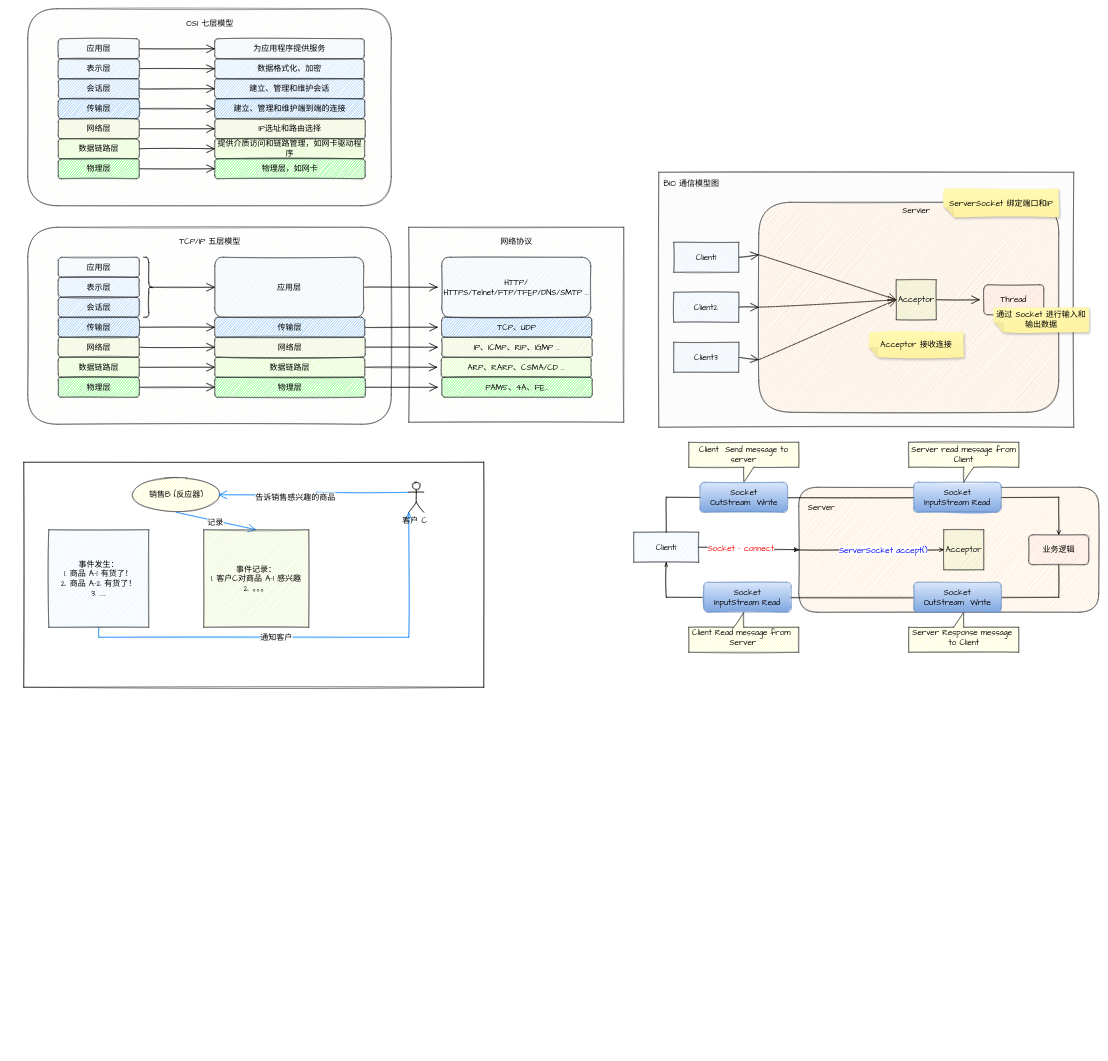
Before: learn/TCP/IP 网络通信.drawio in Leo-Lee-j/sketch, a draw.io diagram. Source tidied: cells renumbered, new cells numbered last; positions are measured from the earlier drawing's top-left corner, leaving out a move shared by most shapes. Both pictures are drawn from the tidied source at 50%, with x=0, y=0 at pixel (24, 8).
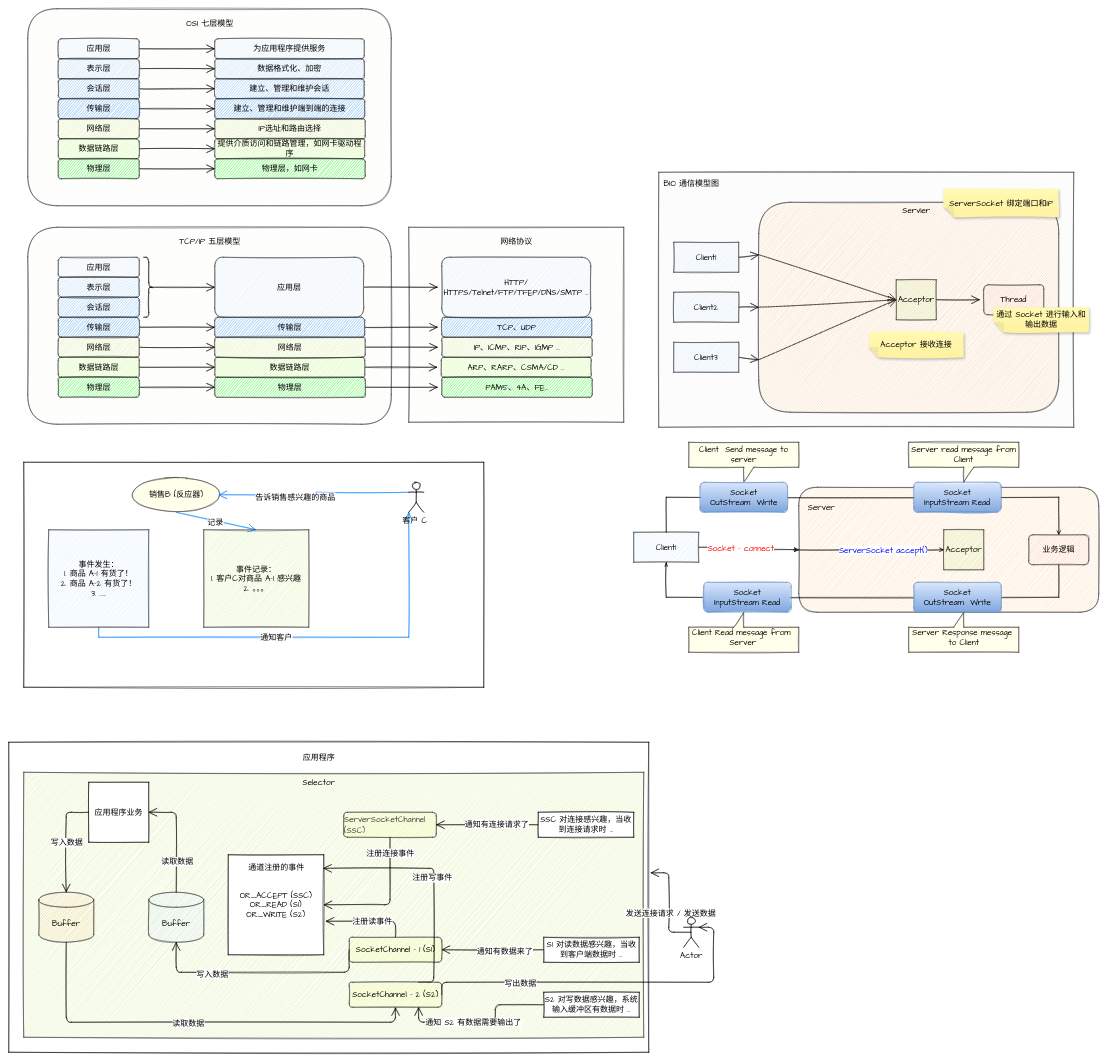
After the change.

Commit message:
更新IP 网络通信.drawio

Change to the diagram source:
```diff
@@
+    <mxCell id="108" style="rounded=0;whiteSpace=wrap;html=1;sketch=1;hachureGap=4;fontFamily=Comic Sans MS;fontSize=16;strokeColor=#000000;" parent="1" vertex="1">
+      <mxGeometry x="-30" y="1467" width="1280" height="620" as="geometry" />
+    </mxCell>
@@
-    <mxCell id="97" style="rounded=0;whiteSpace=wrap;html=1;sketch=1;hachureGap=4;fontFamily=Architects Daughter;fontSize=16;" parent="1" vertex="1">
+    <mxCell id="97" style="rounded=0;whiteSpace=wrap;html=1;sketch=1;hachureGap=4;fontFamily=Comic Sans MS;fontSize=16;" parent="1" vertex="1">
       <mxGeometry y="907" width="920" height="450" as="geometry" />
     </mxCell>
-    <mxCell id="98" style="edgeStyle=orthogonalEdgeStyle;rounded=0;sketch=1;hachureGap=4;jettySize=auto;html=1;exitX=0.5;exitY=1;exitDx=0;exitDy=0;entryX=0;entryY=1;entryDx=0;entryDy=0;entryPerimeter=0;fontFamily=Architects Daughter;fontSize=16;endArrow=open;startSize=14;endSize=14;sourcePerimeterSpacing=8;targetPerimeterSpacing=8;fillColor=#cdeb8b;strokeColor=#007FFF;" parent="1" edge="1" source="100" target="107">
+    <mxCell id="98" style="edgeStyle=orthogonalEdgeStyle;rounded=0;sketch=1;hachureGap=4;jettySize=auto;html=1;exitX=0.5;exitY=1;exitDx=0;exitDy=0;entryX=0;entryY=1;entryDx=0;entryDy=0;entryPerimeter=0;fontFamily=Comic Sans MS;fontSize=16;endArrow=open;startSize=14;endSize=14;sourcePerimeterSpacing=8;targetPerimeterSpacing=8;fillColor=#cdeb8b;strokeColor=#007FFF;" parent="1" edge="1" source="100" target="107">
       <mxGeometry relative="1" as="geometry" />
     </mxCell>
-    <mxCell id="99" value="通知客户" style="edgeLabel;html=1;align=center;verticalAlign=middle;fontSize=16;fontFamily=Architects Daughter;" parent="98" vertex="1">
+    <mxCell id="99" value="通知客户" style="edgeLabel;html=1;align=center;verticalAlign=middle;fontSize=16;fontFamily=Comic Sans MS;" parent="98" vertex="1">
       <mxGeometry x="-0.16" y="1" relative="1" as="geometry" />
     </mxCell>
-    <mxCell id="100" value="事件发生：&lt;br&gt;1. 商品 A-1 有货了！&lt;br&gt;2. 商品 A-2 有货了！&lt;br&gt;3. ......" style="rounded=0;whiteSpace=wrap;html=1;sketch=1;hachureGap=4;fontFamily=Architects Daughter;fontSize=16;fillColor=#cce5ff;strokeColor=#36393d;" parent="1" vertex="1">
+    <mxCell id="100" value="事件发生：&lt;br&gt;1. 商品 A-1 有货了！&lt;br&gt;2. 商品 A-2 有货了！&lt;br&gt;3. ......" style="rounded=0;whiteSpace=wrap;html=1;sketch=1;hachureGap=4;fontFamily=Comic Sans MS;fontSize=16;fillColor=#cce5ff;strokeColor=#36393d;" parent="1" vertex="1">
       <mxGeometry x="50" y="1042" width="200" height="195" as="geometry" />
     </mxCell>
-    <mxCell id="101" style="rounded=0;sketch=1;hachureGap=4;jettySize=auto;html=1;exitX=0.5;exitY=1;exitDx=0;exitDy=0;entryX=0.5;entryY=0;entryDx=0;entryDy=0;fontFamily=Architects Daughter;fontSize=16;endArrow=open;startSize=14;endSize=14;sourcePerimeterSpacing=8;targetPerimeterSpacing=8;strokeColor=#007FFF;" parent="1" edge="1" source="103" target="104">
+    <mxCell id="101" style="rounded=0;sketch=1;hachureGap=4;jettySize=auto;html=1;exitX=0.5;exitY=1;exitDx=0;exitDy=0;entryX=0.5;entryY=0;entryDx=0;entryDy=0;fontFamily=Comic Sans MS;fontSize=16;endArrow=open;startSize=14;endSize=14;sourcePerimeterSpacing=8;targetPerimeterSpacing=8;strokeColor=#007FFF;" parent="1" edge="1" source="103" target="104">
       <mxGeometry relative="1" as="geometry" />
     </mxCell>
-    <mxCell id="102" value="记录" style="edgeLabel;html=1;align=center;verticalAlign=middle;fontSize=16;fontFamily=Architects Daughter;" parent="101" vertex="1">
+    <mxCell id="102" value="记录" style="edgeLabel;html=1;align=center;verticalAlign=middle;fontSize=16;fontFamily=Comic Sans MS;" parent="101" vertex="1">
       <mxGeometry x="-0.57" relative="1" as="geometry">
         <mxPoint x="43" y="12" as="offset" />
       </mxGeometry>
     </mxCell>
-    <mxCell id="103" value="销售B (反应器)" style="ellipse;whiteSpace=wrap;html=1;sketch=1;hachureGap=4;fontFamily=Architects Daughter;fontSize=16;fillColor=#ffff88;strokeColor=#36393d;" parent="1" vertex="1">
+    <mxCell id="103" value="销售B (反应器)" style="ellipse;whiteSpace=wrap;html=1;sketch=1;hachureGap=4;fontFamily=Comic Sans MS;fontSize=16;fillColor=#ffff88;strokeColor=#36393d;" parent="1" vertex="1">
       <mxGeometry x="220" y="937" width="170" height="70" as="geometry" />
     </mxCell>
-    <mxCell id="104" value="事件记录：&lt;br&gt;1. 客户C对商品 A-1 感兴趣&lt;br&gt;2. 。。。" style="rounded=0;whiteSpace=wrap;html=1;sketch=1;hachureGap=4;fontFamily=Architects Daughter;fontSize=16;fillColor=#cdeb8b;strokeColor=#36393d;" parent="1" vertex="1">
+    <mxCell id="104" value="事件记录：&lt;br&gt;1. 客户C对商品 A-1 感兴趣&lt;br&gt;2. 。。。" style="rounded=0;whiteSpace=wrap;html=1;sketch=1;hachureGap=4;fontFamily=Comic Sans MS;fontSize=16;fillColor=#cdeb8b;strokeColor=#36393d;" parent="1" vertex="1">
       <mxGeometry x="360" y="1042" width="210" height="195" as="geometry" />
     </mxCell>
-    <mxCell id="105" style="edgeStyle=orthogonalEdgeStyle;rounded=0;sketch=1;hachureGap=4;jettySize=auto;html=1;exitX=0;exitY=0.3333333333333333;exitDx=0;exitDy=0;exitPerimeter=0;entryX=1;entryY=0.5;entryDx=0;entryDy=0;fontFamily=Architects Daughter;fontSize=16;endArrow=open;startSize=14;endSize=14;sourcePerimeterSpacing=8;targetPerimeterSpacing=8;strokeColor=#007FFF;" parent="1" edge="1" source="107" target="103">
+    <mxCell id="105" style="edgeStyle=orthogonalEdgeStyle;rounded=0;sketch=1;hachureGap=4;jettySize=auto;html=1;exitX=0;exitY=0.3333333333333333;exitDx=0;exitDy=0;exitPerimeter=0;entryX=1;entryY=0.5;entryDx=0;entryDy=0;fontFamily=Comic Sans MS;fontSize=16;endArrow=open;startSize=14;endSize=14;sourcePerimeterSpacing=8;targetPerimeterSpacing=8;strokeColor=#007FFF;" parent="1" edge="1" source="107" target="103">
       <mxGeometry relative="1" as="geometry" />
     </mxCell>
-    <mxCell id="106" value="告诉销售感兴趣的商品" style="edgeLabel;html=1;align=center;verticalAlign=middle;fontSize=16;fontFamily=Architects Daughter;" parent="105" vertex="1">
+    <mxCell id="106" value="告诉销售感兴趣的商品" style="edgeLabel;html=1;align=center;verticalAlign=middle;fontSize=16;fontFamily=Comic Sans MS;" parent="105" vertex="1">
       <mxGeometry x="0.21" y="4" relative="1" as="geometry" />
     </mxCell>
-    <mxCell id="107" value="客户 C&amp;nbsp;" style="shape=umlActor;verticalLabelPosition=bottom;verticalAlign=top;html=1;outlineConnect=0;sketch=1;hachureGap=4;fontFamily=Architects Daughter;fontSize=16;" parent="1" vertex="1">
+    <mxCell id="107" value="客户 C&amp;nbsp;" style="shape=umlActor;verticalLabelPosition=bottom;verticalAlign=top;html=1;outlineConnect=0;sketch=1;hachureGap=4;fontFamily=Comic Sans MS;fontSize=16;" parent="1" vertex="1">
       <mxGeometry x="770" y="947" width="30" height="60" as="geometry" />
     </mxCell>
+    <mxCell id="109" style="rounded=0;whiteSpace=wrap;html=1;sketch=1;hachureGap=4;fontFamily=Comic Sans MS;fontSize=16;strokeColor=#36393d;fillColor=#cdeb8b;" parent="1" vertex="1">
+      <mxGeometry y="1527" width="1240" height="530" as="geometry" />
+    </mxCell>
+    <mxCell id="110" value="OR_ACCEPT (SSC)&lt;br&gt;OR_READ (S1)&lt;br&gt;OR_WRITE (S2)" style="rounded=0;whiteSpace=wrap;html=1;sketch=1;hachureGap=4;fontFamily=Comic Sans MS;fontSize=16;" parent="1" vertex="1">
+      <mxGeometry x="409" y="1692" width="191" height="200" as="geometry" />
+    </mxCell>
+    <mxCell id="111" style="edgeStyle=orthogonalEdgeStyle;rounded=1;sketch=1;hachureGap=4;jettySize=auto;html=1;exitX=0.5;exitY=1;exitDx=0;exitDy=0;entryX=1;entryY=0.5;entryDx=0;entryDy=0;fontFamily=Comic Sans MS;fontSize=16;endArrow=open;startSize=14;endSize=14;sourcePerimeterSpacing=8;targetPerimeterSpacing=8;strokeColor=#000000;" parent="1" edge="1" source="113" target="110">
+      <mxGeometry relative="1" as="geometry" />
+    </mxCell>
+    <mxCell id="112" value="注册连接事件" style="edgeLabel;html=1;align=center;verticalAlign=middle;fontSize=16;fontFamily=Comic Sans MS;" parent="111" vertex="1">
+      <mxGeometry x="-0.77" relative="1" as="geometry" />
+    </mxCell>
+    <mxCell id="113" value="&lt;div class=&quot;highlighter-pre&quot; style=&quot;box-sizing: border-box; padding: 0px; margin-top: 0px; margin-bottom: 0px; line-height: 1.42857; word-break: break-all; overflow-wrap: normal; color: rgb(56, 58, 66); background-image: initial; background-position: initial; background-size: initial; background-repeat: initial; background-attachment: initial; background-origin: initial; background-clip: initial; border: none; border-radius: 0px; overflow-x: auto; text-align: start;&quot;&gt;&lt;font style=&quot;font-size: 16px;&quot;&gt;ServerSocketChannel (SSC)&lt;/font&gt;&lt;/div&gt;" style="rounded=1;whiteSpace=wrap;html=1;sketch=1;hachureGap=4;fontFamily=Comic Sans MS;fontSize=16;strokeColor=#36393d;fillColor=#ffff88;" parent="1" vertex="1">
+      <mxGeometry x="640" y="1607" width="185" height="50" as="geometry" />
+    </mxCell>
+    <mxCell id="114" style="edgeStyle=orthogonalEdgeStyle;rounded=1;sketch=1;hachureGap=4;jettySize=auto;html=1;exitX=0;exitY=0.5;exitDx=0;exitDy=0;entryX=0.5;entryY=0;entryDx=0;entryDy=0;entryPerimeter=0;fontFamily=Comic Sans MS;fontSize=16;endArrow=open;startSize=14;endSize=14;sourcePerimeterSpacing=8;targetPerimeterSpacing=8;strokeColor=#000000;" parent="1" edge="1" source="116" target="119">
+      <mxGeometry relative="1" as="geometry" />
+    </mxCell>
+    <mxCell id="115" value="写入数据" style="edgeLabel;html=1;align=center;verticalAlign=middle;fontSize=16;fontFamily=Comic Sans MS;" parent="114" vertex="1">
+      <mxGeometry x="0.03" relative="1" as="geometry">
+        <mxPoint y="-1" as="offset" />
+      </mxGeometry>
+    </mxCell>
+    <mxCell id="116" value="应用程序业务" style="whiteSpace=wrap;html=1;sketch=1;hachureGap=4;fontFamily=Comic Sans MS;fontSize=16;strokeColor=#000000;" parent="1" vertex="1">
+      <mxGeometry x="130" y="1547" width="120" height="120" as="geometry" />
+    </mxCell>
+    <mxCell id="117" style="edgeStyle=orthogonalEdgeStyle;rounded=1;sketch=1;hachureGap=4;jettySize=auto;html=1;exitX=0.5;exitY=1;exitDx=0;exitDy=0;exitPerimeter=0;entryX=0.5;entryY=1;entryDx=0;entryDy=0;fontFamily=Comic Sans MS;fontSize=16;endArrow=open;startSize=14;endSize=14;sourcePerimeterSpacing=8;targetPerimeterSpacing=8;strokeColor=#000000;" parent="1" edge="1" source="119" target="135">
+      <mxGeometry relative="1" as="geometry" />
+    </mxCell>
+    <mxCell id="118" value="读取数据" style="edgeLabel;html=1;align=center;verticalAlign=middle;fontSize=16;fontFamily=Comic Sans MS;" parent="117" vertex="1">
+      <mxGeometry x="-0.05" y="-2" relative="1" as="geometry" />
+    </mxCell>
+    <mxCell id="119" value="Buffer" style="shape=cylinder3;whiteSpace=wrap;html=1;boundedLbl=1;backgroundOutline=1;size=15;sketch=1;hachureGap=4;fontFamily=Comic Sans MS;fontSize=16;strokeColor=#36393d;fillColor=#ffcc99;" parent="1" vertex="1">
+      <mxGeometry x="30" y="1767" width="110" height="100" as="geometry" />
+    </mxCell>
+    <mxCell id="120" style="edgeStyle=orthogonalEdgeStyle;rounded=1;sketch=1;hachureGap=4;jettySize=auto;html=1;exitX=0.5;exitY=0;exitDx=0;exitDy=0;exitPerimeter=0;entryX=1;entryY=0.5;entryDx=0;entryDy=0;fontFamily=Comic Sans MS;fontSize=16;endArrow=open;startSize=14;endSize=14;sourcePerimeterSpacing=8;targetPerimeterSpacing=8;strokeColor=#000000;" parent="1" edge="1" source="122" target="116">
+      <mxGeometry relative="1" as="geometry" />
+    </mxCell>
+    <mxCell id="121" value="读取数据" style="edgeLabel;html=1;align=center;verticalAlign=middle;fontSize=16;fontFamily=Comic Sans MS;" parent="120" vertex="1">
+      <mxGeometry x="-0.42" y="-1" relative="1" as="geometry" />
+    </mxCell>
+    <mxCell id="122" value="Buffer" style="shape=cylinder3;whiteSpace=wrap;html=1;boundedLbl=1;backgroundOutline=1;size=15;sketch=1;hachureGap=4;fontFamily=Comic Sans MS;fontSize=16;strokeColor=#36393d;fillColor=#cce5ff;" parent="1" vertex="1">
+      <mxGeometry x="250" y="1767" width="110" height="100" as="geometry" />
+    </mxCell>
+    <mxCell id="123" style="edgeStyle=orthogonalEdgeStyle;rounded=1;sketch=1;hachureGap=4;jettySize=auto;html=1;exitX=0;exitY=0.5;exitDx=0;exitDy=0;entryX=1;entryY=0.5;entryDx=0;entryDy=0;fontFamily=Comic Sans MS;fontSize=16;endArrow=open;startSize=14;endSize=14;sourcePerimeterSpacing=8;targetPerimeterSpacing=8;strokeColor=#000000;" parent="1" edge="1" source="125" target="130">
+      <mxGeometry relative="1" as="geometry" />
+    </mxCell>
+    <mxCell id="124" value="通知有数据来了" style="edgeLabel;html=1;align=center;verticalAlign=middle;fontSize=16;fontFamily=Comic Sans MS;" parent="123" vertex="1">
+      <mxGeometry x="-0.23" y="2" relative="1" as="geometry" />
+    </mxCell>
+    <mxCell id="125" value="S1 对读数据感兴趣，当收到客户端数据时 ..." style="rounded=0;whiteSpace=wrap;html=1;sketch=1;hachureGap=4;fontFamily=Comic Sans MS;fontSize=16;" parent="1" vertex="1">
+      <mxGeometry x="1040" y="1857" width="191" height="50" as="geometry" />
+    </mxCell>
+    <mxCell id="126" style="edgeStyle=orthogonalEdgeStyle;rounded=1;sketch=1;hachureGap=4;jettySize=auto;html=1;exitX=0;exitY=0.5;exitDx=0;exitDy=0;entryX=0.5;entryY=1;entryDx=0;entryDy=0;entryPerimeter=0;fontFamily=Comic Sans MS;fontSize=16;endArrow=open;startSize=14;endSize=14;sourcePerimeterSpacing=8;targetPerimeterSpacing=8;strokeColor=#000000;" parent="1" edge="1" source="130" target="122">
+      <mxGeometry relative="1" as="geometry">
+        <Array as="points">
+          <mxPoint x="651" y="1927" />
+          <mxPoint x="305" y="1927" />
+        </Array>
+      </mxGeometry>
+    </mxCell>
+    <mxCell id="127" value="写入数据" style="edgeLabel;html=1;align=center;verticalAlign=middle;fontSize=16;fontFamily=Comic Sans MS;" parent="126" vertex="1">
+      <mxGeometry x="0.42" y="3" relative="1" as="geometry" />
+    </mxCell>
+    <mxCell id="128" style="edgeStyle=orthogonalEdgeStyle;rounded=1;sketch=1;hachureGap=4;jettySize=auto;html=1;exitX=0.5;exitY=0;exitDx=0;exitDy=0;entryX=1.021;entryY=0.665;entryDx=0;entryDy=0;entryPerimeter=0;fontFamily=Comic Sans MS;fontSize=16;endArrow=open;startSize=14;endSize=14;sourcePerimeterSpacing=8;targetPerimeterSpacing=8;strokeColor=#000000;" parent="1" edge="1" source="130" target="110">
+      <mxGeometry relative="1" as="geometry">
+        <Array as="points">
+          <mxPoint x="743" y="1825" />
+        </Array>
+      </mxGeometry>
+    </mxCell>
+    <mxCell id="129" value="注册读事件" style="edgeLabel;html=1;align=center;verticalAlign=middle;fontSize=16;fontFamily=Comic Sans MS;" parent="128" vertex="1">
+      <mxGeometry x="-0.08" y="-1" relative="1" as="geometry" />
+    </mxCell>
+    <mxCell id="130" value="SocketChannel - 1 (S1)" style="rounded=1;whiteSpace=wrap;html=1;sketch=1;hachureGap=4;fontFamily=Comic Sans MS;fontSize=16;strokeColor=#36393d;fillColor=#ffff88;" parent="1" vertex="1">
+      <mxGeometry x="651" y="1857" width="185" height="50" as="geometry" />
+    </mxCell>
+    <mxCell id="131" style="edgeStyle=orthogonalEdgeStyle;rounded=1;sketch=1;hachureGap=4;jettySize=auto;html=1;exitX=0.75;exitY=0;exitDx=0;exitDy=0;entryX=0.996;entryY=0.136;entryDx=0;entryDy=0;entryPerimeter=0;fontFamily=Comic Sans MS;fontSize=16;endArrow=open;startSize=14;endSize=14;sourcePerimeterSpacing=8;targetPerimeterSpacing=8;strokeColor=#000000;" parent="1" edge="1" source="135" target="110">
+      <mxGeometry relative="1" as="geometry">
+        <Array as="points">
+          <mxPoint x="820" y="1947" />
+          <mxPoint x="820" y="1719" />
+        </Array>
+      </mxGeometry>
+    </mxCell>
+    <mxCell id="132" value="注册写事件" style="edgeLabel;html=1;align=center;verticalAlign=middle;fontSize=16;fontFamily=Comic Sans MS;" parent="131" vertex="1">
+      <mxGeometry y="4" relative="1" as="geometry">
+        <mxPoint y="-1" as="offset" />
+      </mxGeometry>
+    </mxCell>
+    <mxCell id="133" style="edgeStyle=orthogonalEdgeStyle;rounded=1;sketch=1;hachureGap=4;jettySize=auto;html=1;exitX=1;exitY=0.5;exitDx=0;exitDy=0;entryX=1;entryY=0.3333333333333333;entryDx=0;entryDy=0;entryPerimeter=0;fontFamily=Comic Sans MS;fontSize=16;endArrow=open;startSize=14;endSize=14;sourcePerimeterSpacing=8;targetPerimeterSpacing=8;strokeColor=#000000;" parent="1" edge="1" source="135" target="141">
+      <mxGeometry relative="1" as="geometry">
+        <Array as="points">
+          <mxPoint x="836" y="1947" />
+          <mxPoint x="1380" y="1947" />
+          <mxPoint x="1380" y="1837" />
+        </Array>
+      </mxGeometry>
+    </mxCell>
+    <mxCell id="134" value="写出数据" style="edgeLabel;html=1;align=center;verticalAlign=middle;fontSize=16;fontFamily=Comic Sans MS;" parent="133" vertex="1">
+      <mxGeometry x="-0.49" y="-1" relative="1" as="geometry" />
+    </mxCell>
+    <mxCell id="135" value="SocketChannel - 2 (S2)" style="rounded=1;whiteSpace=wrap;html=1;sketch=1;hachureGap=4;fontFamily=Comic Sans MS;fontSize=16;strokeColor=#36393d;fillColor=#ffff88;" parent="1" vertex="1">
+      <mxGeometry x="651" y="1947" width="185" height="50" as="geometry" />
+    </mxCell>
+    <mxCell id="136" value="通道注册的事件" style="text;html=1;align=center;verticalAlign=middle;strokeColor=none;fillColor=none;sketch=1;hachureGap=4;fontFamily=Comic Sans MS;fontSize=16;" parent="1" vertex="1">
+      <mxGeometry x="440" y="1707" width="130" height="20" as="geometry" />
+    </mxCell>
+    <mxCell id="137" value="Selector" style="text;html=1;align=center;verticalAlign=middle;strokeColor=none;fillColor=none;sketch=1;hachureGap=4;fontFamily=Comic Sans MS;fontSize=16;" parent="1" vertex="1">
+      <mxGeometry x="550" y="1537" width="80" height="20" as="geometry" />
+    </mxCell>
+    <mxCell id="138" value="应用程序" style="text;html=1;align=center;verticalAlign=middle;strokeColor=none;fillColor=none;sketch=1;hachureGap=4;fontFamily=Comic Sans MS;fontSize=16;" parent="1" vertex="1">
+      <mxGeometry x="550" y="1487" width="80" height="20" as="geometry" />
+    </mxCell>
+    <mxCell id="139" style="edgeStyle=orthogonalEdgeStyle;rounded=1;sketch=1;hachureGap=4;jettySize=auto;html=1;exitX=0.5;exitY=0.5;exitDx=0;exitDy=0;exitPerimeter=0;entryX=1.003;entryY=0.421;entryDx=0;entryDy=0;entryPerimeter=0;fontFamily=Comic Sans MS;fontSize=16;endArrow=open;startSize=14;endSize=14;sourcePerimeterSpacing=8;targetPerimeterSpacing=8;strokeColor=#000000;" parent="1" edge="1" source="141" target="108">
+      <mxGeometry relative="1" as="geometry" />
+    </mxCell>
+    <mxCell id="140" value="发送连接请求 / 发送数据" style="edgeLabel;html=1;align=center;verticalAlign=middle;fontSize=16;fontFamily=Comic Sans MS;" parent="139" vertex="1">
+      <mxGeometry x="-0.16" y="-3" relative="1" as="geometry" />
+    </mxCell>
+    <mxCell id="141" value="Actor" style="shape=umlActor;verticalLabelPosition=bottom;verticalAlign=top;html=1;outlineConnect=0;sketch=1;hachureGap=4;fontFamily=Comic Sans MS;fontSize=16;strokeColor=#000000;" parent="1" vertex="1">
+      <mxGeometry x="1320" y="1817" width="30" height="60" as="geometry" />
+    </mxCell>
+    <mxCell id="142" style="edgeStyle=orthogonalEdgeStyle;rounded=1;sketch=1;hachureGap=4;jettySize=auto;html=1;exitX=0;exitY=0.5;exitDx=0;exitDy=0;entryX=1;entryY=0.5;entryDx=0;entryDy=0;fontFamily=Comic Sans MS;fontSize=16;endArrow=open;startSize=14;endSize=14;sourcePerimeterSpacing=8;targetPerimeterSpacing=8;strokeColor=#000000;" parent="1" edge="1" source="144" target="113">
+      <mxGeometry relative="1" as="geometry" />
+    </mxCell>
+    <mxCell id="143" value="通知有连接请求了" style="edgeLabel;html=1;align=center;verticalAlign=middle;fontSize=16;fontFamily=Comic Sans MS;" parent="142" vertex="1">
+      <mxGeometry x="-0.18" y="-2" relative="1" as="geometry" />
+    </mxCell>
+    <mxCell id="144" value="SSC 对连接感兴趣，当收到连接请求时 ..." style="rounded=0;whiteSpace=wrap;html=1;sketch=1;hachureGap=4;fontFamily=Comic Sans MS;fontSize=16;" parent="1" vertex="1">
+      <mxGeometry x="1029" y="1607" width="191" height="50" as="geometry" />
+    </mxCell>
+    <mxCell id="145" style="edgeStyle=orthogonalEdgeStyle;rounded=1;sketch=1;hachureGap=4;jettySize=auto;html=1;exitX=0;exitY=0.5;exitDx=0;exitDy=0;entryX=0.75;entryY=1;entryDx=0;entryDy=0;fontFamily=Comic Sans MS;fontSize=16;endArrow=open;startSize=14;endSize=14;sourcePerimeterSpacing=8;targetPerimeterSpacing=8;strokeColor=#000000;" parent="1" edge="1" source="147" target="135">
+      <mxGeometry relative="1" as="geometry" />
+    </mxCell>
+    <mxCell id="146" value="通知 S2 有数据需要输出了" style="edgeLabel;html=1;align=center;verticalAlign=middle;fontSize=16;fontFamily=Comic Sans MS;" parent="145" vertex="1">
+      <mxGeometry x="0.12" y="-1" relative="1" as="geometry" />
+    </mxCell>
+    <mxCell id="147" value="S2 对写数据感兴趣，系统输入缓冲区有数据时 ..." style="rounded=0;whiteSpace=wrap;html=1;sketch=1;hachureGap=4;fontFamily=Comic Sans MS;fontSize=16;" parent="1" vertex="1">
+      <mxGeometry x="1040" y="1967" width="191" height="50" as="geometry" />
+    </mxCell>
```
